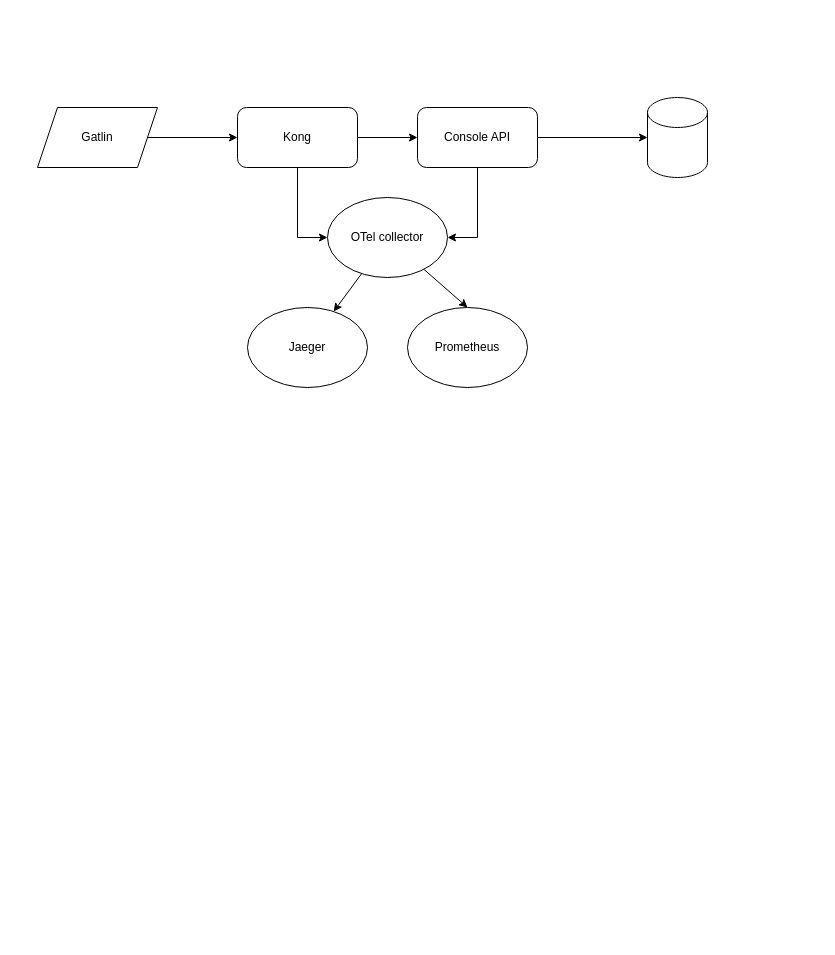
songfei1983/open-ads keeps this draw.io diagram as open-ads.drawio. Above is the earlier version. Source tidied: cells renumbered, new cells numbered last; positions are measured from the earlier drawing's top-left corner, leaving out a move shared by most shapes. Both pictures are drawn from the tidied source at 100%, with x=0, y=0 at pixel (37, 97).
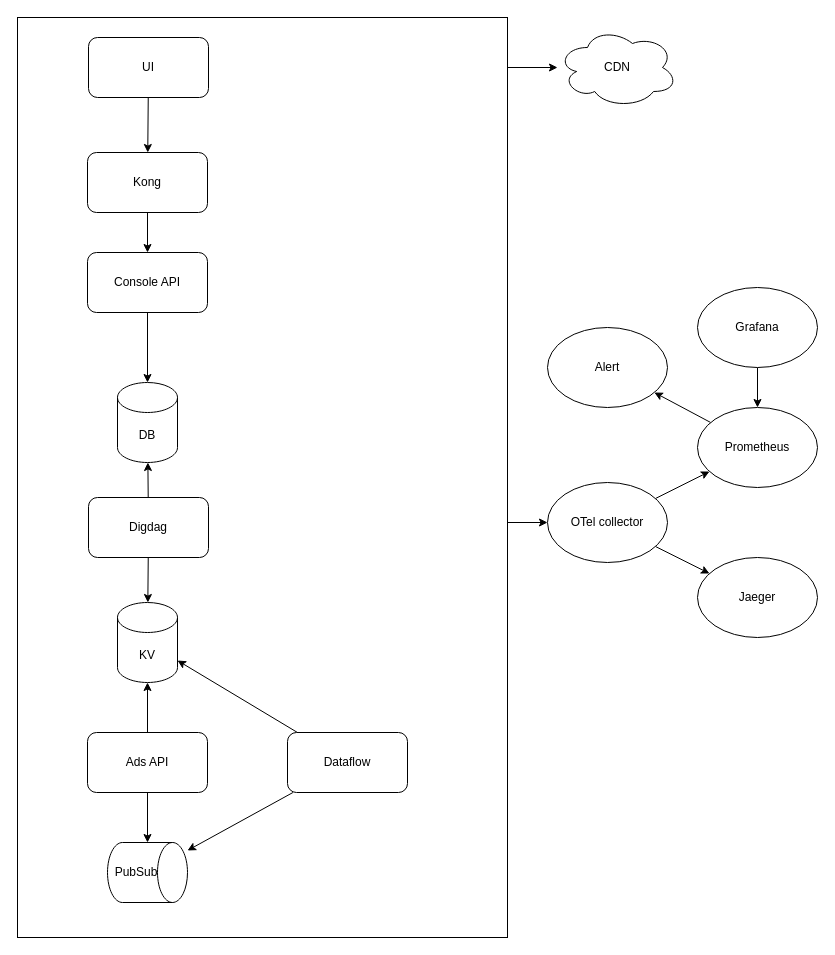
The same page after the edit.

The edit, as a diff of the source:
```diff
@@
+    <mxCell id="16" style="edgeStyle=none;html=1;entryX=0;entryY=0.5;entryDx=0;entryDy=0;" parent="1" edge="1" target="9">
+      <mxGeometry relative="1" as="geometry">
+        <mxPoint x="470" y="425" as="sourcePoint" />
+      </mxGeometry>
+    </mxCell>
+    <mxCell id="17" style="rounded=0;whiteSpace=wrap;html=1;fillColor=none;" parent="1" vertex="1">
+      <mxGeometry x="-20" y="-80" width="490" height="920" as="geometry" />
+    </mxCell>
-    <mxCell id="2" style="edgeStyle=orthogonalEdgeStyle;rounded=0;jettySize=auto;html=1;entryX=0;entryY=0.5;entryDx=0;entryDy=0;" parent="1" edge="1" source="4" target="6">
+    <mxCell id="2" style="rounded=0;jettySize=auto;html=1;" parent="1" edge="1" source="4" target="6">
       <mxGeometry relative="1" as="geometry" />
     </mxCell>
-    <mxCell id="3" style="edgeStyle=orthogonalEdgeStyle;rounded=0;jettySize=auto;html=1;entryX=0;entryY=0.5;entryDx=0;entryDy=0;" parent="1" edge="1" source="4" target="9">
-      <mxGeometry relative="1" as="geometry" />
-    </mxCell>
     <mxCell id="4" value="Kong" style="rounded=1;whiteSpace=wrap;html=1;" parent="1" vertex="1">
-      <mxGeometry x="200" y="10" width="120" height="60" as="geometry" />
+      <mxGeometry x="50" y="55" width="120" height="60" as="geometry" />
     </mxCell>
-    <mxCell id="5" style="edgeStyle=orthogonalEdgeStyle;rounded=0;jettySize=auto;html=1;entryX=1;entryY=0.5;entryDx=0;entryDy=0;" parent="1" edge="1" source="6" target="9">
-      <mxGeometry relative="1" as="geometry" />
-    </mxCell>
     <mxCell id="6" value="Console API" style="rounded=1;whiteSpace=wrap;html=1;" parent="1" vertex="1">
-      <mxGeometry x="380" y="10" width="120" height="60" as="geometry" />
+      <mxGeometry x="50" y="155" width="120" height="60" as="geometry" />
     </mxCell>
@@
-    <mxCell id="8" style="edgeStyle=none;html=1;entryX=0.5;entryY=0;entryDx=0;entryDy=0;" parent="1" edge="1" source="9" target="15">
+    <mxCell id="8" style="edgeStyle=none;html=1;" parent="1" edge="1" source="9" target="15">
       <mxGeometry relative="1" as="geometry" />
     </mxCell>
     <mxCell id="9" value="OTel collector" style="ellipse;whiteSpace=wrap;html=1;" parent="1" vertex="1">
-      <mxGeometry x="290" y="100" width="120" height="80" as="geometry" />
+      <mxGeometry x="510" y="385" width="120" height="80" as="geometry" />
     </mxCell>
     <mxCell id="10" value="Jaeger" style="ellipse;whiteSpace=wrap;html=1;" parent="1" vertex="1">
-      <mxGeometry x="210" y="210" width="120" height="80" as="geometry" />
+      <mxGeometry x="660" y="460" width="120" height="80" as="geometry" />
     </mxCell>
-    <mxCell id="11" style="edgeStyle=orthogonalEdgeStyle;rounded=0;jettySize=auto;html=1;" parent="1" edge="1" source="12" target="4">
-      <mxGeometry relative="1" as="geometry" />
-    </mxCell>
-    <mxCell id="12" value="Gatlin" style="shape=parallelogram;perimeter=parallelogramPerimeter;whiteSpace=wrap;html=1;fixedSize=1;" parent="1" vertex="1">
-      <mxGeometry y="10" width="120" height="60" as="geometry" />
-    </mxCell>
-    <mxCell id="13" style="shape=cylinder3;whiteSpace=wrap;html=1;boundedLbl=1;backgroundOutline=1;size=15;" parent="1" vertex="1">
-      <mxGeometry x="610" width="60" height="80" as="geometry" />
+    <mxCell id="13" value="DB" style="shape=cylinder3;whiteSpace=wrap;html=1;boundedLbl=1;backgroundOutline=1;size=15;" parent="1" vertex="1">
+      <mxGeometry x="80" y="285" width="60" height="80" as="geometry" />
     </mxCell>
-    <mxCell id="14" style="edgeStyle=orthogonalEdgeStyle;rounded=0;jettySize=auto;html=1;entryX=0;entryY=0.5;entryDx=0;entryDy=0;entryPerimeter=0;" parent="1" edge="1" source="6" target="13">
+    <mxCell id="14" style="rounded=0;jettySize=auto;html=1;" parent="1" edge="1" source="6" target="13">
       <mxGeometry relative="1" as="geometry" />
     </mxCell>
+    <mxCell id="18" style="edgeStyle=none;html=1;" parent="1" edge="1" source="15" target="31">
+      <mxGeometry relative="1" as="geometry" />
+    </mxCell>
     <mxCell id="15" value="Prometheus" style="ellipse;whiteSpace=wrap;html=1;" parent="1" vertex="1">
-      <mxGeometry x="370" y="210" width="120" height="80" as="geometry" />
+      <mxGeometry x="660" y="310" width="120" height="80" as="geometry" />
     </mxCell>
+    <mxCell id="19" style="edgeStyle=none;html=1;" parent="1" edge="1" source="21" target="13">
+      <mxGeometry relative="1" as="geometry" />
+    </mxCell>
+    <mxCell id="20" style="edgeStyle=none;html=1;" parent="1" edge="1" source="21" target="25">
+      <mxGeometry relative="1" as="geometry" />
+    </mxCell>
+    <mxCell id="21" value="Digdag" style="rounded=1;whiteSpace=wrap;html=1;" parent="1" vertex="1">
+      <mxGeometry x="51" y="400" width="120" height="60" as="geometry" />
+    </mxCell>
+    <mxCell id="22" style="edgeStyle=none;html=1;" parent="1" edge="1" source="24" target="25">
+      <mxGeometry relative="1" as="geometry" />
+    </mxCell>
+    <mxCell id="23" style="edgeStyle=none;html=1;" parent="1" edge="1" source="24" target="33">
+      <mxGeometry relative="1" as="geometry" />
+    </mxCell>
+    <mxCell id="24" value="Ads API" style="rounded=1;whiteSpace=wrap;html=1;" parent="1" vertex="1">
+      <mxGeometry x="50" y="635" width="120" height="60" as="geometry" />
+    </mxCell>
+    <mxCell id="25" value="KV" style="shape=cylinder3;whiteSpace=wrap;html=1;boundedLbl=1;backgroundOutline=1;size=15;" parent="1" vertex="1">
+      <mxGeometry x="80" y="505" width="60" height="80" as="geometry" />
+    </mxCell>
+    <mxCell id="26" style="edgeStyle=none;html=1;" parent="1" edge="1" source="27" target="15">
+      <mxGeometry relative="1" as="geometry" />
+    </mxCell>
+    <mxCell id="27" value="Grafana" style="ellipse;whiteSpace=wrap;html=1;" parent="1" vertex="1">
+      <mxGeometry x="660" y="190" width="120" height="80" as="geometry" />
+    </mxCell>
+    <mxCell id="28" style="edgeStyle=none;html=1;" parent="1" edge="1" source="30" target="33">
+      <mxGeometry relative="1" as="geometry" />
+    </mxCell>
+    <mxCell id="29" style="edgeStyle=none;html=1;" parent="1" edge="1" source="30" target="25">
+      <mxGeometry relative="1" as="geometry" />
+    </mxCell>
+    <mxCell id="30" value="Dataflow" style="rounded=1;whiteSpace=wrap;html=1;" parent="1" vertex="1">
+      <mxGeometry x="250" y="635" width="120" height="60" as="geometry" />
+    </mxCell>
+    <mxCell id="31" value="Alert" style="ellipse;whiteSpace=wrap;html=1;" parent="1" vertex="1">
+      <mxGeometry x="510" y="230" width="120" height="80" as="geometry" />
+    </mxCell>
+    <mxCell id="32" style="group;" parent="1" vertex="1">
+      <mxGeometry x="69" y="745" width="84" height="60" as="geometry" />
+    </mxCell>
+    <mxCell id="33" style="shape=cylinder3;whiteSpace=wrap;html=1;boundedLbl=1;backgroundOutline=1;size=15;rotation=90;" parent="32" vertex="1">
+      <mxGeometry x="11" y="-10" width="60" height="80" as="geometry" />
+    </mxCell>
+    <mxCell id="34" value="PubSub" style="text;html=1;strokeColor=none;fillColor=none;align=center;verticalAlign=middle;whiteSpace=wrap;rounded=0;" parent="32" vertex="1">
+      <mxGeometry y="15" width="60" height="30" as="geometry" />
+    </mxCell>
+    <mxCell id="35" style="edgeStyle=none;html=1;" parent="1" edge="1" source="37" target="4">
+      <mxGeometry relative="1" as="geometry" />
+    </mxCell>
+    <mxCell id="36" style="edgeStyle=none;html=1;" parent="1" edge="1" target="38">
+      <mxGeometry relative="1" as="geometry">
+        <mxPoint x="470" y="-30" as="sourcePoint" />
+      </mxGeometry>
+    </mxCell>
+    <mxCell id="37" value="UI" style="rounded=1;whiteSpace=wrap;html=1;" parent="1" vertex="1">
+      <mxGeometry x="51" y="-60" width="120" height="60" as="geometry" />
+    </mxCell>
+    <mxCell id="38" value="CDN" style="ellipse;shape=cloud;whiteSpace=wrap;html=1;fillColor=none;" parent="1" vertex="1">
+      <mxGeometry x="520" y="-70" width="120" height="80" as="geometry" />
+    </mxCell>
```
